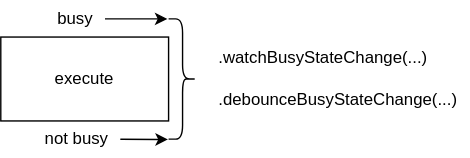
Before: docs/busystate.drawio.svg, a diagram exported from draw.io (FelixCpp/use_in_case). Source tidied: cells renumbered, new cells last; positions are measured from the earlier drawing's top-left corner, leaving out a move shared by most shapes.
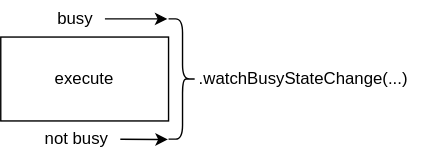
The same diagram one commit later.

What changed in the source:
```diff
@@ -6,7 +6,7 @@
       <mxGeometry x="120" y="13" width="20" height="86" as="geometry" />
     </mxCell>
     <mxCell id="3" value=".watchBusyStateChange(...)" style="text;html=1;strokeColor=none;fillColor=none;align=left;verticalAlign=middle;whiteSpace=wrap;rounded=0;" parent="1" vertex="1">
-      <mxGeometry x="154" y="26" width="160" height="30" as="geometry" />
+      <mxGeometry x="140" y="41" width="160" height="30" as="geometry" />
     </mxCell>
     <mxCell id="4" style="edgeStyle=none;html=1;" parent="1" edge="1" source="5">
       <mxGeometry relative="1" as="geometry">
@@ -25,8 +25,5 @@
     <mxCell id="8" value="execute" style="rounded=0;whiteSpace=wrap;html=1;fillColor=none;" parent="1" vertex="1">
       <mxGeometry y="26" width="120" height="60" as="geometry" />
     </mxCell>
-    <mxCell id="9" value=".debounceBusyStateChange(...)" style="text;html=1;strokeColor=none;fillColor=none;align=left;verticalAlign=middle;whiteSpace=wrap;rounded=0;" parent="1" vertex="1">
-      <mxGeometry x="154" y="56" width="181" height="30" as="geometry" />
-    </mxCell>
   </root>
 </mxGraphModel>
```
